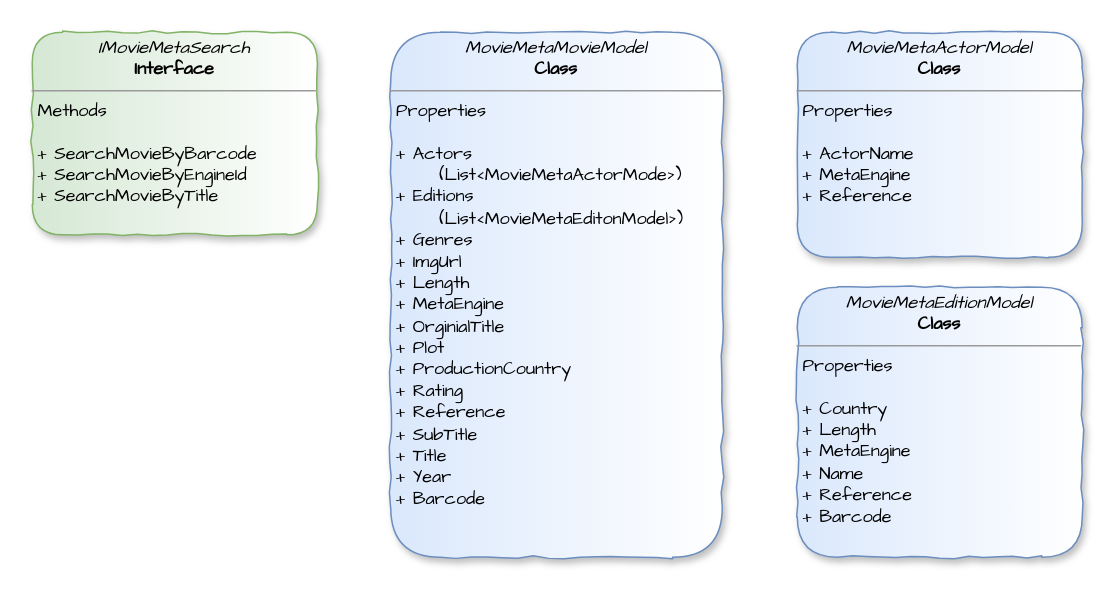
Before: ClassDiagram.drawio in viper3400/MovieSearchEngine, a draw.io diagram. Source tidied: cells renumbered, new cells numbered last; positions are measured from the earlier drawing's top-left corner, leaving out a move shared by most shapes. Both pictures are drawn from the tidied source at 150%, with x=0, y=0 at pixel (32, 32).
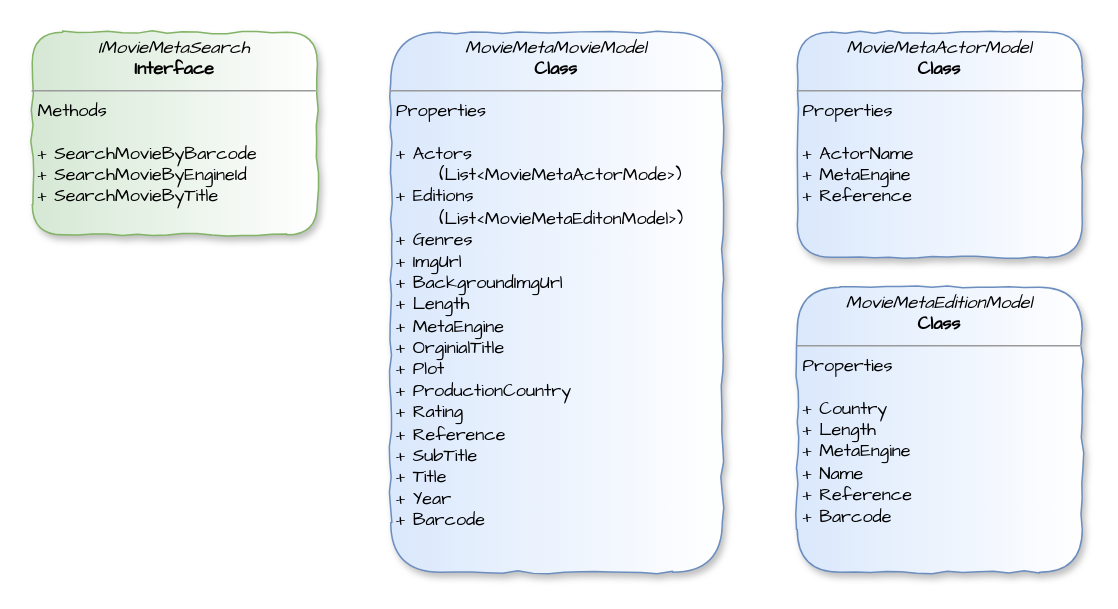
Above is the later version.

The edit, as a diff of the source:
```diff
@@
 <mxGraphModel>
   <root>
     <mxCell id="0" />
     <mxCell id="1" parent="0" />
     <mxCell id="2" value="&lt;p style=&quot;margin: 0px ; margin-top: 4px ; text-align: center&quot;&gt;&lt;i&gt;IMovieMetaSearch&lt;/i&gt;&lt;br&gt;&lt;b&gt;Interface&lt;/b&gt;&lt;br&gt;&lt;/p&gt;&lt;hr size=&quot;1&quot;&gt;&lt;p style=&quot;margin: 0px ; margin-left: 4px&quot;&gt;Methods&lt;/p&gt;&lt;p style=&quot;margin: 0px ; margin-left: 4px&quot;&gt;&lt;br&gt;&lt;/p&gt;&lt;p style=&quot;margin: 0px ; margin-left: 4px&quot;&gt;+ SearchMovieByBarcode&lt;/p&gt;&lt;p style=&quot;margin: 0px ; margin-left: 4px&quot;&gt;+ SearchMovieByEngineId&lt;/p&gt;&lt;p style=&quot;margin: 0px ; margin-left: 4px&quot;&gt;+ SearchMovieByTitle&lt;br&gt;&lt;/p&gt;" style="verticalAlign=top;align=left;overflow=fill;fontSize=12;fontFamily=Comic Sans MS;html=1;strokeColor=#82b366;fillColor=#d5e8d4;shadow=1;comic=1;rounded=1;gradientDirection=east;gradientColor=#ffffff;" parent="1" vertex="1">
       <mxGeometry width="190" height="135" as="geometry" />
     </mxCell>
     <mxCell id="3" value="&lt;p style=&quot;margin: 0px ; margin-top: 4px ; text-align: center&quot;&gt;&lt;i&gt;MovieMetaActorModel&lt;/i&gt;&lt;br&gt;&lt;b&gt;Class&lt;/b&gt;&lt;br&gt;&lt;/p&gt;&lt;hr size=&quot;1&quot;&gt;&lt;p style=&quot;margin: 0px ; margin-left: 4px&quot;&gt;Properties&lt;/p&gt;&lt;p style=&quot;margin: 0px ; margin-left: 4px&quot;&gt;&lt;br&gt;&lt;/p&gt;&lt;p style=&quot;margin: 0px ; margin-left: 4px&quot;&gt;+ ActorName&lt;/p&gt;&lt;p style=&quot;margin: 0px ; margin-left: 4px&quot;&gt;+ MetaEngine&lt;br&gt;&lt;/p&gt;&lt;p style=&quot;margin: 0px ; margin-left: 4px&quot;&gt;+ Reference&lt;br&gt;&lt;/p&gt;" style="verticalAlign=top;align=left;overflow=fill;fontSize=12;fontFamily=Comic Sans MS;html=1;strokeColor=#6c8ebf;fillColor=#dae8fc;gradientColor=#ffffff;gradientDirection=east;rounded=1;shadow=1;comic=1;" parent="1" vertex="1">
       <mxGeometry x="510" width="190" height="150" as="geometry" />
     </mxCell>
     <mxCell id="4" value="&lt;p style=&quot;margin: 0px ; margin-top: 4px ; text-align: center&quot;&gt;&lt;i&gt;MovieMetaEditionModel&lt;/i&gt;&lt;br&gt;&lt;b&gt;Class&lt;/b&gt;&lt;br&gt;&lt;/p&gt;&lt;hr size=&quot;1&quot;&gt;&lt;p style=&quot;margin: 0px ; margin-left: 4px&quot;&gt;Properties&lt;/p&gt;&lt;p style=&quot;margin: 0px ; margin-left: 4px&quot;&gt;&lt;br&gt;&lt;/p&gt;&lt;p style=&quot;margin: 0px ; margin-left: 4px&quot;&gt;+ Country&lt;/p&gt;&lt;p style=&quot;margin: 0px ; margin-left: 4px&quot;&gt;+ Length&lt;br&gt;&lt;/p&gt;&lt;p style=&quot;margin: 0px ; margin-left: 4px&quot;&gt;+ MetaEngine&lt;/p&gt;&lt;p style=&quot;margin: 0px ; margin-left: 4px&quot;&gt;+ Name&lt;br&gt;&lt;/p&gt;&lt;p style=&quot;margin: 0px ; margin-left: 4px&quot;&gt;+ Reference&lt;/p&gt;&lt;p style=&quot;margin: 0px ; margin-left: 4px&quot;&gt;+ Barcode&lt;br&gt;&lt;/p&gt;" style="verticalAlign=top;align=left;overflow=fill;fontSize=12;fontFamily=Comic Sans MS;html=1;strokeColor=#6c8ebf;fillColor=#dae8fc;gradientColor=#ffffff;gradientDirection=east;rounded=1;shadow=1;comic=1;glass=0;" parent="1" vertex="1">
-      <mxGeometry x="510" y="170" width="190" height="180" as="geometry" />
+      <mxGeometry x="510" y="170" width="190" height="190" as="geometry" />
     </mxCell>
-    <mxCell id="5" value="&lt;p style=&quot;margin: 0px ; margin-top: 4px ; text-align: center&quot;&gt;&lt;i&gt;MovieMetaMovieModel&lt;/i&gt;&lt;br&gt;&lt;b&gt;Class&lt;/b&gt;&lt;br&gt;&lt;/p&gt;&lt;hr size=&quot;1&quot;&gt;&lt;p style=&quot;margin: 0px ; margin-left: 4px&quot;&gt;Properties&lt;/p&gt;&lt;p style=&quot;margin: 0px ; margin-left: 4px&quot;&gt;&lt;br&gt;&lt;/p&gt;&lt;p style=&quot;margin: 0px ; margin-left: 4px&quot;&gt;+ Actors &lt;br&gt;&lt;/p&gt;&lt;p style=&quot;margin: 0px ; margin-left: 4px&quot;&gt;&amp;nbsp;&amp;nbsp;&amp;nbsp;&amp;nbsp;&amp;nbsp; (List&amp;lt;MovieMetaActorMode&amp;gt;)&lt;br&gt;&lt;/p&gt;&lt;p style=&quot;margin: 0px ; margin-left: 4px&quot;&gt;+ Editions &lt;br&gt;&lt;/p&gt;&lt;p style=&quot;margin: 0px ; margin-left: 4px&quot;&gt;&amp;nbsp;&amp;nbsp;&amp;nbsp;&amp;nbsp;&amp;nbsp; (List&amp;lt;MovieMetaEditonModel&amp;gt;)&lt;br&gt;&lt;/p&gt;&lt;p style=&quot;margin: 0px ; margin-left: 4px&quot;&gt;+ Genres&lt;/p&gt;&lt;p style=&quot;margin: 0px ; margin-left: 4px&quot;&gt;+ ImgUrl&lt;/p&gt;&lt;p style=&quot;margin: 0px ; margin-left: 4px&quot;&gt;+ Length&lt;br&gt;&lt;/p&gt;&lt;p style=&quot;margin: 0px ; margin-left: 4px&quot;&gt;+ MetaEngine&lt;/p&gt;&lt;p style=&quot;margin: 0px ; margin-left: 4px&quot;&gt;+ OrginialTitle&lt;/p&gt;&lt;p style=&quot;margin: 0px ; margin-left: 4px&quot;&gt;+ Plot&lt;br&gt;&lt;/p&gt;&lt;p style=&quot;margin: 0px ; margin-left: 4px&quot;&gt;+ ProductionCountry&lt;/p&gt;&lt;p style=&quot;margin: 0px ; margin-left: 4px&quot;&gt;+ Rating&lt;br&gt;&lt;/p&gt;&lt;p style=&quot;margin: 0px ; margin-left: 4px&quot;&gt;+ Reference&lt;/p&gt;&lt;p style=&quot;margin: 0px ; margin-left: 4px&quot;&gt;+ SubTitle&lt;/p&gt;&lt;p style=&quot;margin: 0px ; margin-left: 4px&quot;&gt;+ Title&lt;/p&gt;&lt;p style=&quot;margin: 0px ; margin-left: 4px&quot;&gt;+ Year&lt;/p&gt;&lt;p style=&quot;margin: 0px ; margin-left: 4px&quot;&gt;+ Barcode&lt;br&gt;&lt;/p&gt;" style="verticalAlign=top;align=left;overflow=fill;fontSize=12;fontFamily=Comic Sans MS;html=1;strokeColor=#6c8ebf;fillColor=#dae8fc;gradientColor=#ffffff;gradientDirection=east;rounded=1;comic=1;shadow=1;" parent="1" vertex="1">
-      <mxGeometry x="239" width="221" height="350" as="geometry" />
+    <mxCell id="5" value="&lt;p style=&quot;margin: 0px ; margin-top: 4px ; text-align: center&quot;&gt;&lt;i&gt;MovieMetaMovieModel&lt;/i&gt;&lt;br&gt;&lt;b&gt;Class&lt;/b&gt;&lt;br&gt;&lt;/p&gt;&lt;hr size=&quot;1&quot;&gt;&lt;p style=&quot;margin: 0px ; margin-left: 4px&quot;&gt;Properties&lt;/p&gt;&lt;p style=&quot;margin: 0px ; margin-left: 4px&quot;&gt;&lt;br&gt;&lt;/p&gt;&lt;p style=&quot;margin: 0px ; margin-left: 4px&quot;&gt;+ Actors &lt;br&gt;&lt;/p&gt;&lt;p style=&quot;margin: 0px ; margin-left: 4px&quot;&gt;&amp;nbsp;&amp;nbsp;&amp;nbsp;&amp;nbsp;&amp;nbsp; (List&amp;lt;MovieMetaActorMode&amp;gt;)&lt;br&gt;&lt;/p&gt;&lt;p style=&quot;margin: 0px ; margin-left: 4px&quot;&gt;+ Editions &lt;br&gt;&lt;/p&gt;&lt;p style=&quot;margin: 0px ; margin-left: 4px&quot;&gt;&amp;nbsp;&amp;nbsp;&amp;nbsp;&amp;nbsp;&amp;nbsp; (List&amp;lt;MovieMetaEditonModel&amp;gt;)&lt;br&gt;&lt;/p&gt;&lt;p style=&quot;margin: 0px ; margin-left: 4px&quot;&gt;+ Genres&lt;/p&gt;&lt;p style=&quot;margin: 0px ; margin-left: 4px&quot;&gt;+ ImgUrl&lt;/p&gt;&lt;p style=&quot;margin: 0px ; margin-left: 4px&quot;&gt;+ BackgroundImgUrl&lt;br&gt;&lt;/p&gt;&lt;p style=&quot;margin: 0px ; margin-left: 4px&quot;&gt;+ Length&lt;br&gt;&lt;/p&gt;&lt;p style=&quot;margin: 0px ; margin-left: 4px&quot;&gt;+ MetaEngine&lt;/p&gt;&lt;p style=&quot;margin: 0px ; margin-left: 4px&quot;&gt;+ OrginialTitle&lt;/p&gt;&lt;p style=&quot;margin: 0px ; margin-left: 4px&quot;&gt;+ Plot&lt;br&gt;&lt;/p&gt;&lt;p style=&quot;margin: 0px ; margin-left: 4px&quot;&gt;+ ProductionCountry&lt;/p&gt;&lt;p style=&quot;margin: 0px ; margin-left: 4px&quot;&gt;+ Rating&lt;br&gt;&lt;/p&gt;&lt;p style=&quot;margin: 0px ; margin-left: 4px&quot;&gt;+ Reference&lt;/p&gt;&lt;p style=&quot;margin: 0px ; margin-left: 4px&quot;&gt;+ SubTitle&lt;/p&gt;&lt;p style=&quot;margin: 0px ; margin-left: 4px&quot;&gt;+ Title&lt;/p&gt;&lt;p style=&quot;margin: 0px ; margin-left: 4px&quot;&gt;+ Year&lt;/p&gt;&lt;p style=&quot;margin: 0px ; margin-left: 4px&quot;&gt;+ Barcode&lt;br&gt;&lt;/p&gt;" style="verticalAlign=top;align=left;overflow=fill;fontSize=12;fontFamily=Comic Sans MS;html=1;strokeColor=#6c8ebf;fillColor=#dae8fc;gradientColor=#ffffff;gradientDirection=east;rounded=1;comic=1;shadow=1;" parent="1" vertex="1">
+      <mxGeometry x="239" width="221" height="360" as="geometry" />
     </mxCell>
   </root>
 </mxGraphModel>
```
